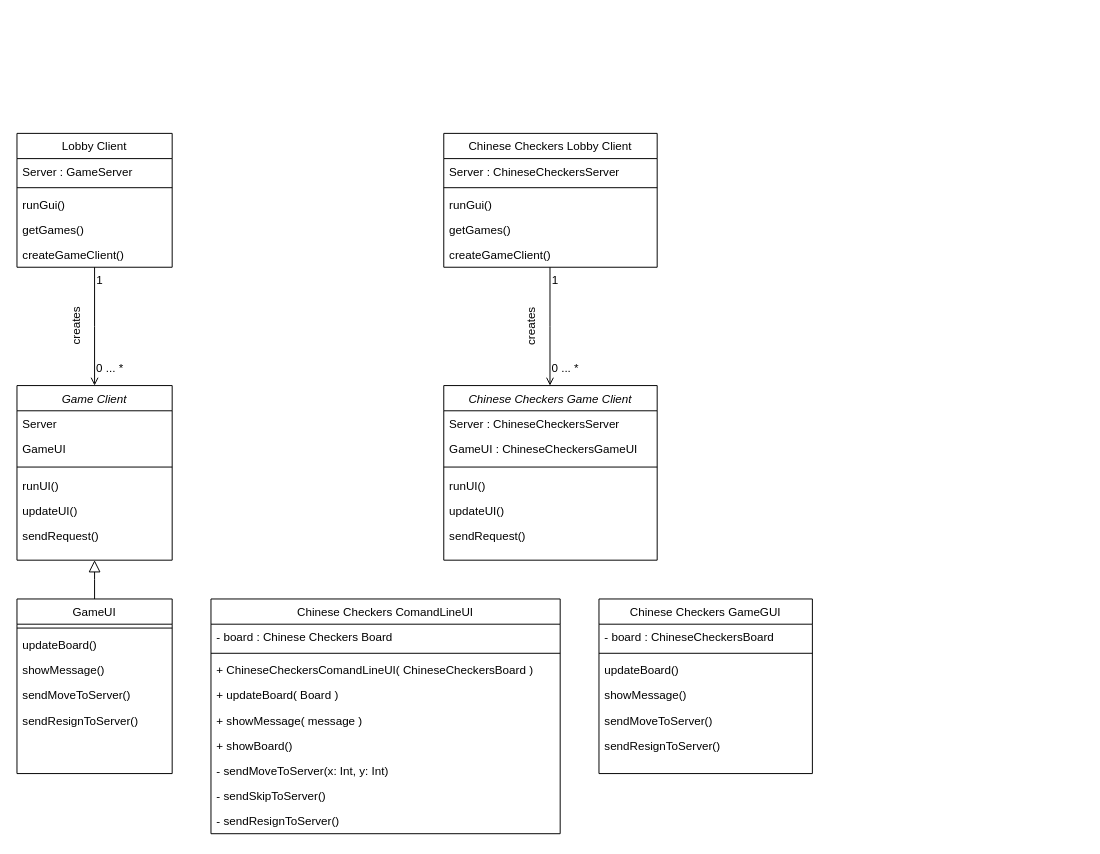
TobiaszWojnar/Chinese-checkers keeps this draw.io diagram as ULM/Client.drawio. Above is the earlier version. Source tidied: cells renumbered, new cells numbered last; positions are measured from the earlier drawing's top-left corner, leaving out a move shared by most shapes. Both pictures are drawn from the tidied source at 97%, with x=0, y=0 at pixel (16, 133).
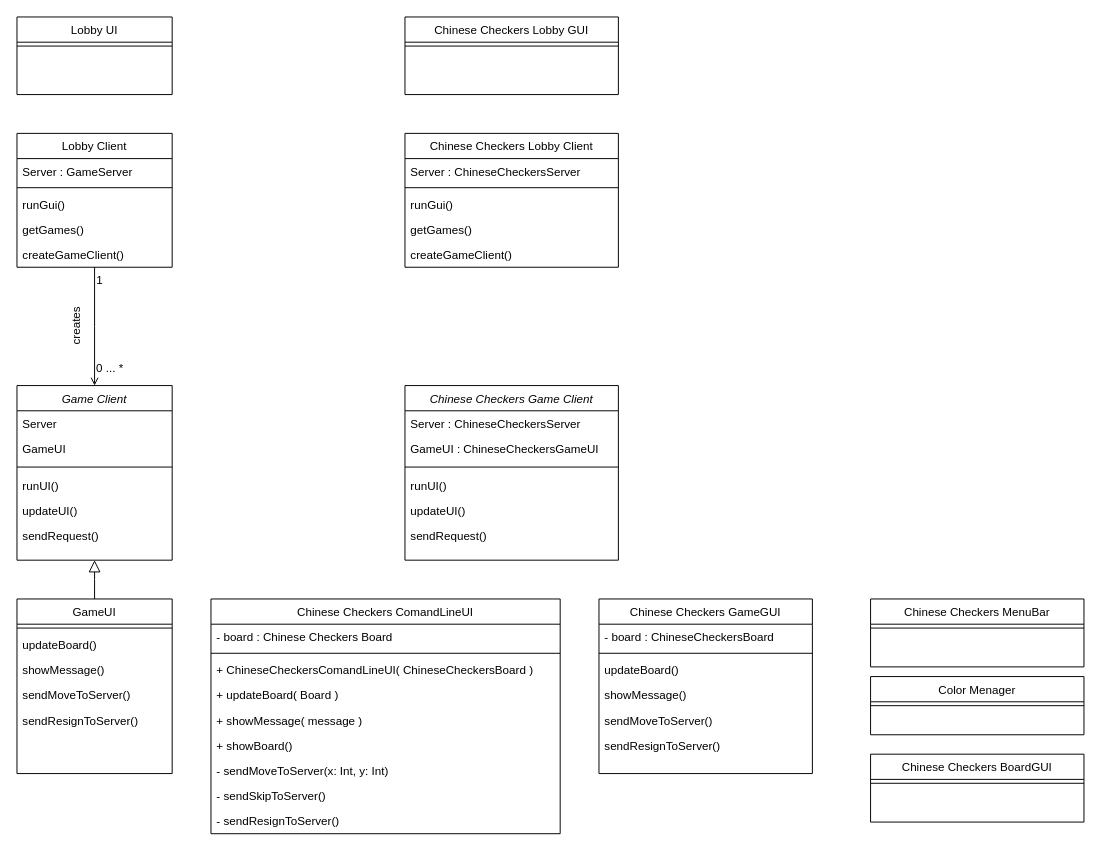
The same diagram, later.

Commit message:
Created all classes (some empty) in Client.drawio

Change to the diagram source:
```diff
@@
     <mxCell id="26" value="Chinese Checkers Game Client" style="swimlane;fontStyle=2;align=center;verticalAlign=top;horizontal=1;startSize=26;rounded=0;shadow=0;strokeWidth=1;" parent="1" vertex="1">
-      <mxGeometry x="440" y="260" width="220" height="180" as="geometry" />
+      <mxGeometry x="400" y="260" width="220" height="180" as="geometry" />
     </mxCell>
@@
     <mxCell id="40" value="Chinese Checkers Lobby Client" style="swimlane;fontStyle=0;align=center;verticalAlign=top;horizontal=1;startSize=26;rounded=0;shadow=0;strokeWidth=1;" parent="1" vertex="1">
-      <mxGeometry x="440" width="220" height="138" as="geometry" />
+      <mxGeometry x="400" width="220" height="138" as="geometry" />
     </mxCell>
@@
-    <mxCell id="56" style="endArrow=open;shadow=0;strokeWidth=1;rounded=0;endFill=1;edgeStyle=elbowEdgeStyle;elbow=vertical;exitX=0.5;exitY=1;exitDx=0;exitDy=0;entryX=0.5;entryY=0;entryDx=0;entryDy=0;" parent="1" edge="1">
-      <mxGeometry x="0.5" y="41" relative="1" as="geometry">
-        <mxPoint x="549.5" y="138" as="sourcePoint" />
-        <mxPoint x="549.5" y="260" as="targetPoint" />
-        <mxPoint x="-40" y="32" as="offset" />
-      </mxGeometry>
-    </mxCell>
-    <mxCell id="57" value="0 ... *" style="align=left;verticalAlign=bottom;labelBackgroundColor=none;fontSize=12;" parent="56" vertex="1">
-      <mxGeometry x="-1" relative="1" as="geometry">
-        <mxPoint y="112" as="offset" />
-      </mxGeometry>
-    </mxCell>
-    <mxCell id="58" value="1" style="align=right;verticalAlign=bottom;labelBackgroundColor=none;fontSize=12;" parent="56" vertex="1">
-      <mxGeometry x="1" relative="1" as="geometry">
-        <mxPoint x="10" y="-100" as="offset" />
-      </mxGeometry>
-    </mxCell>
-    <mxCell id="59" value="&lt;div&gt;creates&lt;/div&gt;" style="text;html=1;align=center;verticalAlign=middle;labelBackgroundColor=none;rounded=0;shadow=0;strokeWidth=1;fontSize=12;rotation=-90;" parent="56" vertex="1">
-      <mxGeometry x="0.5" y="49" relative="1" as="geometry">
-        <mxPoint x="-69" y="-30" as="offset" />
-      </mxGeometry>
-    </mxCell>
+    <mxCell id="60" value="Chinese Checkers MenuBar" style="swimlane;fontStyle=0;align=center;verticalAlign=top;horizontal=1;startSize=26;rounded=0;shadow=0;strokeWidth=1;" parent="1" vertex="1">
+      <mxGeometry x="880" y="480" width="220" height="70" as="geometry" />
+    </mxCell>
+    <mxCell id="61" style="line;html=1;strokeWidth=1;align=left;verticalAlign=middle;spacingTop=-1;spacingLeft=3;spacingRight=3;labelPosition=right;" parent="60" vertex="1">
+      <mxGeometry y="26" width="220" height="8" as="geometry" />
+    </mxCell>
+    <mxCell id="62" value="Color Menager" style="swimlane;fontStyle=0;align=center;verticalAlign=top;horizontal=1;startSize=26;rounded=0;shadow=0;strokeWidth=1;" parent="1" vertex="1">
+      <mxGeometry x="880" y="560" width="220" height="60" as="geometry" />
+    </mxCell>
+    <mxCell id="63" style="line;html=1;strokeWidth=1;align=left;verticalAlign=middle;spacingTop=-1;spacingLeft=3;spacingRight=3;labelPosition=right;" parent="62" vertex="1">
+      <mxGeometry y="26" width="220" height="8" as="geometry" />
+    </mxCell>
+    <mxCell id="64" value="Lobby UI" style="swimlane;fontStyle=0;align=center;verticalAlign=top;horizontal=1;startSize=26;rounded=0;shadow=0;strokeWidth=1;" parent="1" vertex="1">
+      <mxGeometry y="-120" width="160" height="80" as="geometry" />
+    </mxCell>
+    <mxCell id="65" style="line;html=1;strokeWidth=1;align=left;verticalAlign=middle;spacingTop=-1;spacingLeft=3;spacingRight=3;labelPosition=right;" parent="64" vertex="1">
+      <mxGeometry y="26" width="160" height="8" as="geometry" />
+    </mxCell>
+    <mxCell id="66" value="Chinese Checkers BoardGUI&#10;" style="swimlane;fontStyle=0;align=center;verticalAlign=top;horizontal=1;startSize=26;rounded=0;shadow=0;strokeWidth=1;" parent="1" vertex="1">
+      <mxGeometry x="880" y="640" width="220" height="70" as="geometry" />
+    </mxCell>
+    <mxCell id="67" style="line;html=1;strokeWidth=1;align=left;verticalAlign=middle;spacingTop=-1;spacingLeft=3;spacingRight=3;labelPosition=right;" parent="66" vertex="1">
+      <mxGeometry y="26" width="220" height="8" as="geometry" />
+    </mxCell>
+    <mxCell id="68" value="Chinese Checkers Lobby GUI&#10;" style="swimlane;fontStyle=0;align=center;verticalAlign=top;horizontal=1;startSize=26;rounded=0;shadow=0;strokeWidth=1;" parent="1" vertex="1">
+      <mxGeometry x="400" y="-120" width="220" height="80" as="geometry" />
+    </mxCell>
+    <mxCell id="69" style="line;html=1;strokeWidth=1;align=left;verticalAlign=middle;spacingTop=-1;spacingLeft=3;spacingRight=3;labelPosition=right;" parent="68" vertex="1">
+      <mxGeometry y="26" width="220" height="8" as="geometry" />
+    </mxCell>
```
